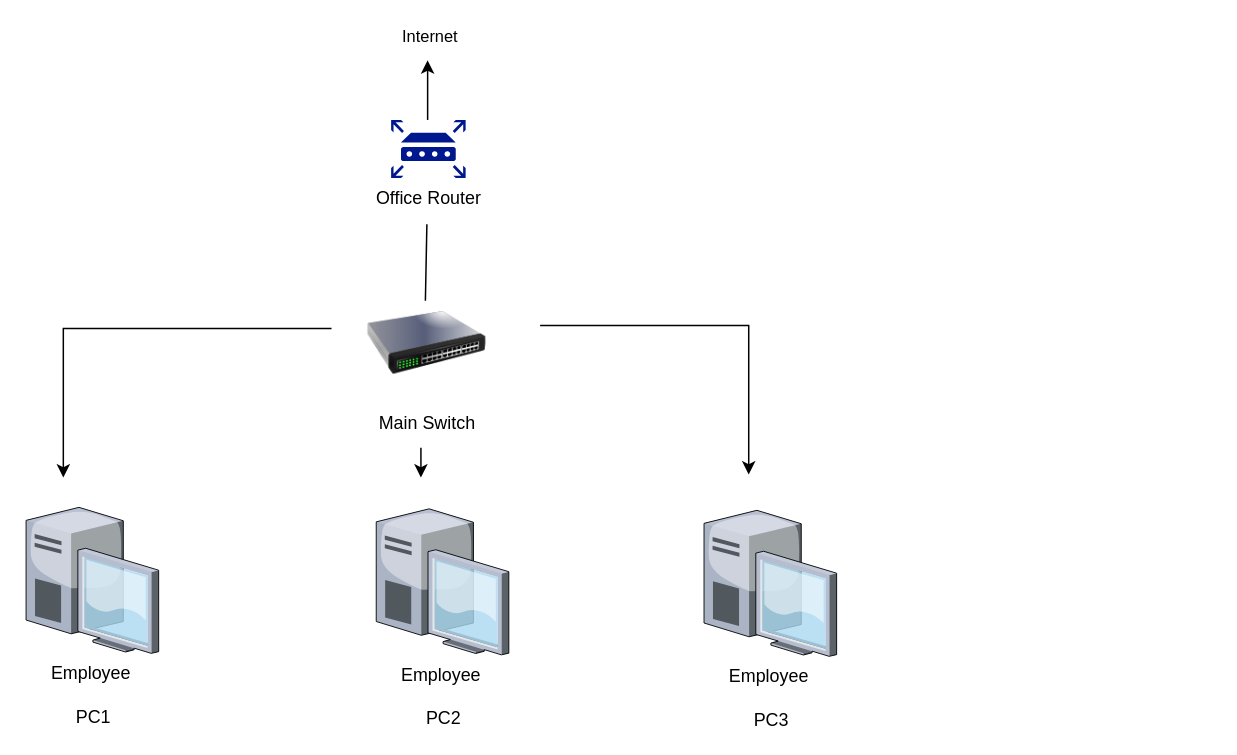
This is Exercise1.drawio from ClaraOdo/dontdare, a draw.io file, before an edit. Source tidied: cells renumbered, new cells numbered last; positions are measured from the earlier drawing's top-left corner, leaving out a move shared by most shapes. Both pictures are drawn from the tidied source at 149%, with x=0, y=0 at pixel (25, 60).
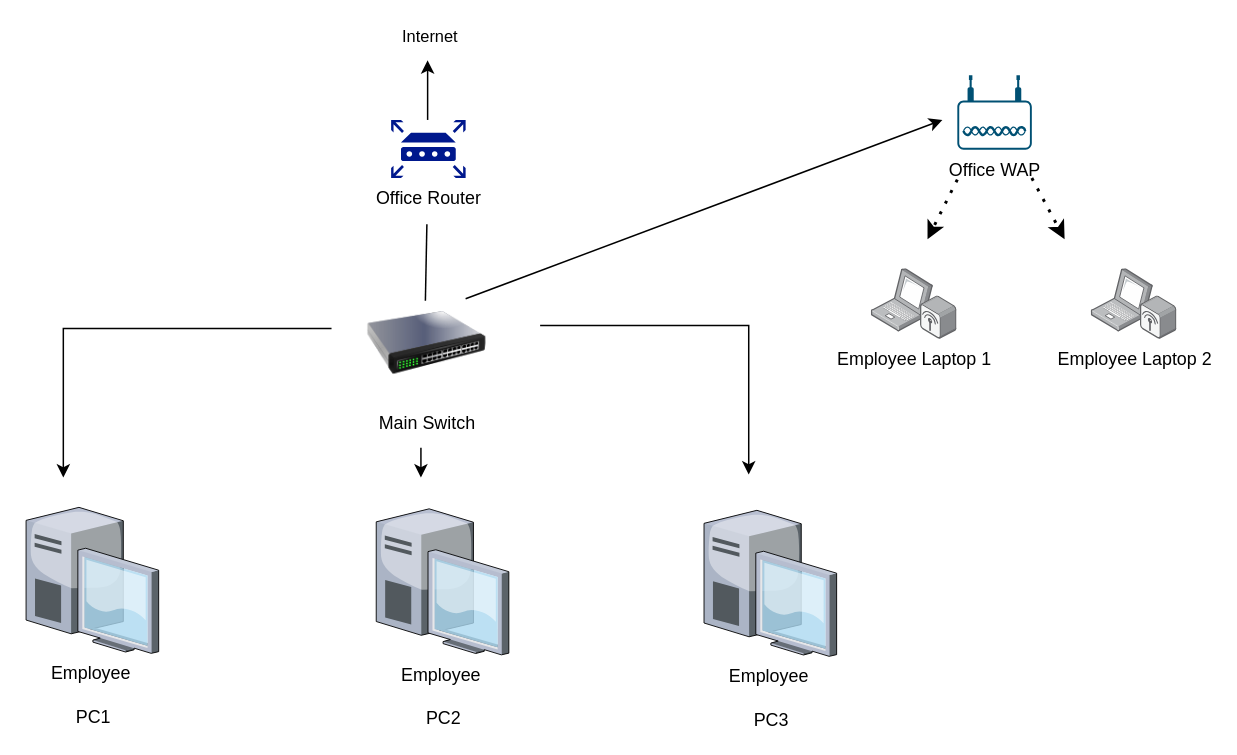
After the change.

The edit, as a diff of the source:
```diff
@@
+    <mxCell id="13" style="endArrow=classic;html=1;rounded=0;endFill=1;" parent="1" edge="1">
+      <mxGeometry relative="1" as="geometry">
+        <mxPoint x="295" y="160" as="sourcePoint" />
+        <mxPoint x="615" y="40" as="targetPoint" />
+        <Array as="points">
+          <mxPoint x="295" y="160" />
+        </Array>
+      </mxGeometry>
+    </mxCell>
+    <mxCell id="14" value="Office WAP" style="verticalLabelPosition=bottom;sketch=0;html=1;verticalAlign=top;align=center;shape=mxgraph.cisco19.wireless_access_point;fillColor=#005073;strokeColor=none;" parent="1" vertex="1">
+      <mxGeometry x="625" y="10" width="50" height="50" as="geometry" />
+    </mxCell>
+    <mxCell id="15" value="Employee Laptop 2" style="image;html=1;align=center;shadow=0;dashed=0;image=img/lib/allied_telesis/wireless/Laptop_Wireless.svg;" parent="1" vertex="1">
+      <mxGeometry x="715" y="140" width="57.6" height="47.4" as="geometry" />
+    </mxCell>
+    <mxCell id="16" value="Employee Laptop 1" style="image;html=1;align=center;shadow=0;dashed=0;image=img/lib/allied_telesis/wireless/Laptop_Wireless.svg;" parent="1" vertex="1">
+      <mxGeometry x="567.4" y="140" width="57.6" height="47.4" as="geometry" />
+    </mxCell>
+    <mxCell id="17" style="endArrow=classic;dashed=1;html=1;dashPattern=1 3;strokeWidth=2;rounded=0;endFill=1;" parent="1" edge="1">
+      <mxGeometry relative="1" as="geometry">
+        <mxPoint x="625" y="80" as="sourcePoint" />
+        <mxPoint x="605" y="120" as="targetPoint" />
+      </mxGeometry>
+    </mxCell>
+    <mxCell id="18" style="endArrow=classic;dashed=1;html=1;dashPattern=1 3;strokeWidth=2;rounded=0;endFill=1;" parent="1" edge="1">
+      <mxGeometry relative="1" as="geometry">
+        <mxPoint x="675" y="79" as="sourcePoint" />
+        <mxPoint x="697" y="120" as="targetPoint" />
+      </mxGeometry>
+    </mxCell>
```
